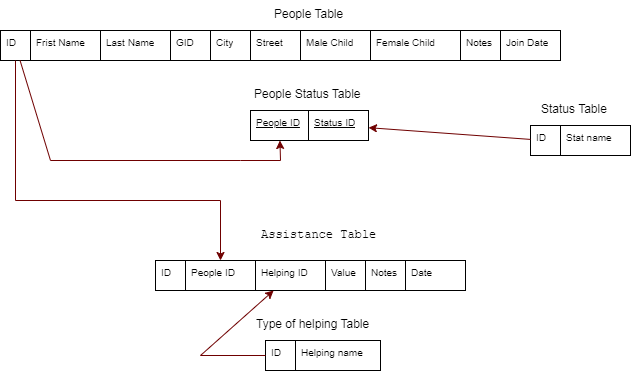
The draw.io diagram DataBase/kherko Mapping.png in Mo-Ahmed-Ah/Java_Project, before a commit. Source tidied: cells renumbered, new cells last; positions are measured from the earlier drawing's top-left corner, leaving out a move shared by most shapes.
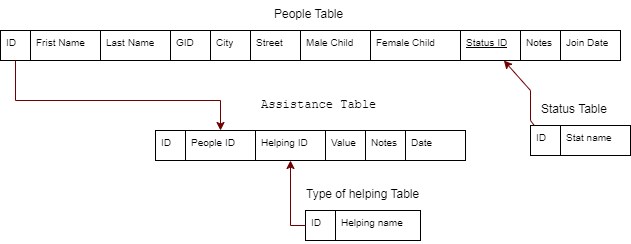
Later version of the same file.

Commit message:
update databases erd and mapping

Diff of the diagram source:
```diff
@@ -3,7 +3,7 @@
     <mxCell id="0" />
     <mxCell id="1" parent="0" />
     <mxCell id="2" style="rounded=0;whiteSpace=wrap;html=1;fontSize=10;" parent="1" vertex="1">
-      <mxGeometry y="30" width="560" height="30" as="geometry" />
+      <mxGeometry y="30" width="620" height="30" as="geometry" />
     </mxCell>
     <mxCell id="3" value="ID" style="text;strokeColor=default;fillColor=none;spacingLeft=4;spacingRight=4;overflow=hidden;points=[[0,0.5],[1,0.5]];portConstraint=eastwest;fontSize=10;whiteSpace=wrap;html=1;" parent="1" vertex="1">
       <mxGeometry y="30" width="30" height="30" as="geometry" />
@@ -30,10 +30,10 @@
       <mxGeometry x="370" y="30" width="90" height="30" as="geometry" />
     </mxCell>
     <mxCell id="11" value="Notes" style="text;strokeColor=default;fillColor=none;spacingLeft=4;spacingRight=4;overflow=hidden;fontSize=10;whiteSpace=wrap;html=1;" parent="1" vertex="1">
-      <mxGeometry x="460" y="30" width="40" height="30" as="geometry" />
+      <mxGeometry x="520" y="30" width="40" height="30" as="geometry" />
     </mxCell>
     <mxCell id="12" value="Join Date" style="text;strokeColor=default;fillColor=none;spacingLeft=4;spacingRight=4;overflow=hidden;fontSize=10;whiteSpace=wrap;html=1;" parent="1" vertex="1">
-      <mxGeometry x="500" y="30" width="60" height="30" as="geometry" />
+      <mxGeometry x="560" y="30" width="60" height="30" as="geometry" />
     </mxCell>
     <mxCell id="13" value="People Table" style="text;strokeColor=none;fillColor=none;spacingLeft=4;spacingRight=4;overflow=hidden;fontSize=12;whiteSpace=wrap;html=1;" parent="1" vertex="1">
       <mxGeometry x="268" width="95" height="30" as="geometry" />
@@ -51,79 +51,66 @@
       <mxGeometry x="535" y="95" width="95" height="30" as="geometry" />
     </mxCell>
     <mxCell id="18" style="rounded=0;whiteSpace=wrap;html=1;fontSize=10;" parent="1" vertex="1">
-      <mxGeometry x="155" y="260" width="310" height="30" as="geometry" />
+      <mxGeometry x="155" y="130" width="310" height="30" as="geometry" />
     </mxCell>
     <mxCell id="19" value="ID" style="text;strokeColor=default;fillColor=none;spacingLeft=4;spacingRight=4;overflow=hidden;fontSize=10;whiteSpace=wrap;html=1;" parent="1" vertex="1">
-      <mxGeometry x="155" y="260" width="30" height="30" as="geometry" />
+      <mxGeometry x="155" y="130" width="30" height="30" as="geometry" />
     </mxCell>
     <mxCell id="20" value="People ID" style="text;strokeColor=default;fillColor=none;spacingLeft=4;spacingRight=4;overflow=hidden;points=[[0,0.5],[1,0.5]];portConstraint=eastwest;fontSize=10;whiteSpace=wrap;html=1;" parent="1" vertex="1">
-      <mxGeometry x="185" y="260" width="70" height="30" as="geometry" />
+      <mxGeometry x="185" y="130" width="70" height="30" as="geometry" />
     </mxCell>
     <mxCell id="21" value="Helping ID" style="text;strokeColor=default;fillColor=none;spacingLeft=4;spacingRight=4;overflow=hidden;points=[[0,0.5],[1,0.5]];portConstraint=eastwest;fontSize=10;whiteSpace=wrap;html=1;" parent="1" vertex="1">
-      <mxGeometry x="255" y="260" width="70" height="30" as="geometry" />
+      <mxGeometry x="255" y="130" width="70" height="30" as="geometry" />
     </mxCell>
     <mxCell id="22" value="Value" style="text;strokeColor=default;fillColor=none;spacingLeft=4;spacingRight=4;overflow=hidden;fontSize=10;whiteSpace=wrap;html=1;" parent="1" vertex="1">
-      <mxGeometry x="325" y="260" width="40" height="30" as="geometry" />
+      <mxGeometry x="325" y="130" width="40" height="30" as="geometry" />
     </mxCell>
     <mxCell id="23" value="Notes" style="text;strokeColor=default;fillColor=none;spacingLeft=4;spacingRight=4;overflow=hidden;fontSize=10;whiteSpace=wrap;html=1;" parent="1" vertex="1">
-      <mxGeometry x="365" y="260" width="40" height="30" as="geometry" />
+      <mxGeometry x="365" y="130" width="40" height="30" as="geometry" />
     </mxCell>
     <mxCell id="24" value="Date" style="text;strokeColor=default;fillColor=none;spacingLeft=4;spacingRight=4;overflow=hidden;fontSize=10;whiteSpace=wrap;html=1;" parent="1" vertex="1">
-      <mxGeometry x="405" y="260" width="60" height="30" as="geometry" />
+      <mxGeometry x="405" y="130" width="60" height="30" as="geometry" />
     </mxCell>
     <mxCell id="25" value="&lt;code&gt;Assistance Table&lt;/code&gt;" style="text;spacingLeft=4;spacingRight=4;overflow=hidden;fontSize=12;whiteSpace=wrap;html=1;fontFamily=Helvetica;" parent="1" vertex="1">
-      <mxGeometry x="255" y="220" width="130" height="30" as="geometry" />
+      <mxGeometry x="255" y="90" width="130" height="30" as="geometry" />
     </mxCell>
     <mxCell id="26" style="endArrow=classic;html=1;rounded=0;fillColor=#a20025;strokeColor=#6F0000;" parent="1" edge="1" source="3" target="20">
       <mxGeometry relative="1" as="geometry">
         <Array as="points">
-          <mxPoint x="15" y="200" />
-          <mxPoint x="220" y="200" />
+          <mxPoint x="15" y="100" />
+          <mxPoint x="220" y="100" />
         </Array>
       </mxGeometry>
     </mxCell>
     <mxCell id="27" style="rounded=0;whiteSpace=wrap;html=1;fontSize=10;" parent="1" vertex="1">
-      <mxGeometry x="265" y="340" width="115" height="30" as="geometry" />
+      <mxGeometry x="305" y="210" width="115" height="30" as="geometry" />
     </mxCell>
     <mxCell id="28" value="ID" style="text;strokeColor=default;fillColor=none;spacingLeft=4;spacingRight=4;overflow=hidden;points=[[0,0.5],[1,0.5]];portConstraint=eastwest;fontSize=10;whiteSpace=wrap;html=1;" parent="1" vertex="1">
-      <mxGeometry x="265" y="340" width="30" height="30" as="geometry" />
+      <mxGeometry x="305" y="210" width="30" height="30" as="geometry" />
     </mxCell>
     <mxCell id="29" value="Helping name" style="text;strokeColor=default;fillColor=none;spacingLeft=4;spacingRight=4;overflow=hidden;fontSize=10;whiteSpace=wrap;html=1;" parent="1" vertex="1">
-      <mxGeometry x="295" y="340" width="85" height="30" as="geometry" />
+      <mxGeometry x="335" y="210" width="85" height="30" as="geometry" />
     </mxCell>
     <mxCell id="30" value="&lt;span style=&quot;text-align: center;&quot;&gt;Type of helping&lt;/span&gt;&amp;nbsp;Table" style="text;strokeColor=none;fillColor=none;spacingLeft=4;spacingRight=4;overflow=hidden;fontSize=12;whiteSpace=wrap;html=1;" parent="1" vertex="1">
-      <mxGeometry x="250" y="310" width="130" height="30" as="geometry" />
+      <mxGeometry x="300" y="180" width="130" height="30" as="geometry" />
     </mxCell>
     <mxCell id="31" style="endArrow=classic;html=1;rounded=0;fillColor=#a20025;strokeColor=#6F0000;" parent="1" edge="1" source="28" target="21">
       <mxGeometry relative="1" as="geometry">
         <Array as="points">
-          <mxPoint x="200" y="355" />
+          <mxPoint x="290" y="225" />
         </Array>
       </mxGeometry>
     </mxCell>
-    <mxCell id="32" style="rounded=0;whiteSpace=wrap;html=1;fontSize=10;" parent="1" vertex="1">
-      <mxGeometry x="250" y="110" width="118" height="30" as="geometry" />
-    </mxCell>
-    <mxCell id="33" value="People ID" style="text;strokeColor=default;fillColor=none;spacingLeft=4;spacingRight=4;overflow=hidden;points=[[0,0.5],[1,0.5]];portConstraint=eastwest;fontSize=10;whiteSpace=wrap;html=1;fontStyle=4;" parent="1" vertex="1">
-      <mxGeometry x="250" y="110" width="58" height="30" as="geometry" />
-    </mxCell>
-    <mxCell id="34" value="People Status Table" style="text;strokeColor=none;fillColor=none;spacingLeft=4;spacingRight=4;overflow=hidden;fontSize=12;whiteSpace=wrap;html=1;" parent="1" vertex="1">
-      <mxGeometry x="248" y="80" width="120" height="30" as="geometry" />
-    </mxCell>
     <mxCell id="35" value="Status ID" style="text;strokeColor=default;fillColor=none;spacingLeft=4;spacingRight=4;overflow=hidden;points=[[0,0.5],[1,0.5]];portConstraint=eastwest;fontSize=10;whiteSpace=wrap;html=1;fontStyle=4;" parent="1" vertex="1">
-      <mxGeometry x="308" y="110" width="60" height="30" as="geometry" />
+      <mxGeometry x="460" y="30" width="60" height="30" as="geometry" />
     </mxCell>
-    <mxCell id="36" style="endArrow=classic;html=1;rounded=0;fillColor=#a20025;strokeColor=#6F0000;" parent="1" edge="1" source="3" target="33">
-      <mxGeometry relative="1" as="geometry">
-        <Array as="points">
-          <mxPoint x="50" y="160" />
-          <mxPoint x="240" y="160" />
-          <mxPoint x="280" y="160" />
-        </Array>
-      </mxGeometry>
-    </mxCell>
     <mxCell id="37" style="endArrow=classic;html=1;rounded=0;fillColor=#a20025;strokeColor=#6F0000;" parent="1" edge="1" source="15" target="35">
-      <mxGeometry relative="1" as="geometry" />
+      <mxGeometry relative="1" as="geometry">
+        <Array as="points">
+          <mxPoint x="530" y="120" />
+          <mxPoint x="530" y="90" />
+        </Array>
+      </mxGeometry>
     </mxCell>
   </root>
 </mxGraphModel>
```
